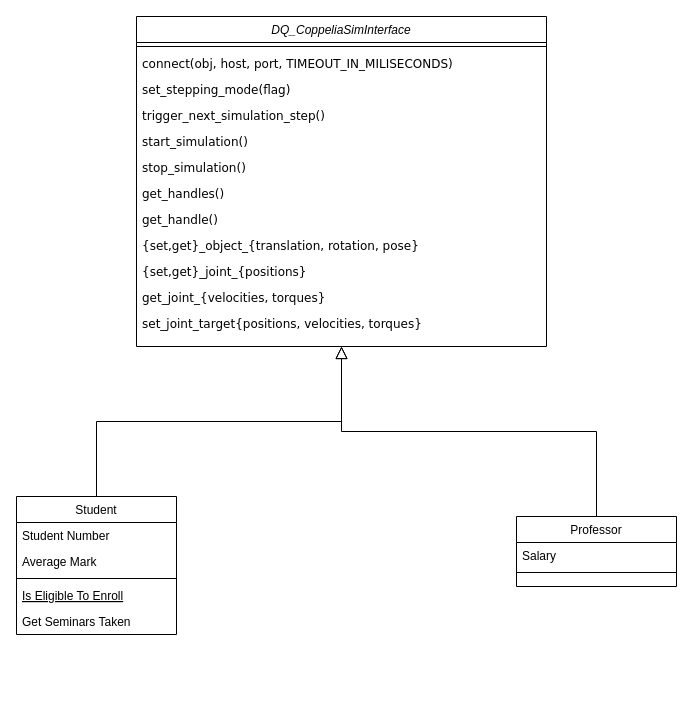
Above: DQ_CoppeliaSimInterface.drawio in juanjqo/draw_io_diagrams_test (draw.io), before the change. Source tidied: cells renumbered, new cells numbered last; positions are measured from the earlier drawing's top-left corner, leaving out a move shared by most shapes. Both pictures are drawn from the tidied source at 100%, with x=0, y=0 at pixel (16, 16).
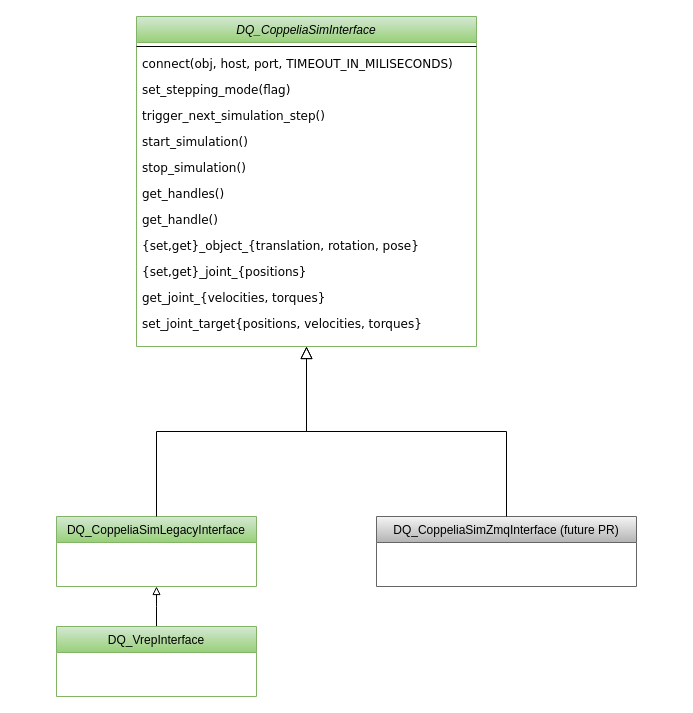
The same page after the edit.

Change to the diagram source:
```diff
@@
-    <mxCell id="2" value="DQ_CoppeliaSimInterface" style="swimlane;fontStyle=2;align=center;verticalAlign=top;horizontal=1;startSize=26;rounded=0;shadow=0;strokeWidth=1;" parent="1" vertex="1">
-      <mxGeometry x="120" width="410" height="330" as="geometry" />
+    <mxCell id="2" value="DQ_CoppeliaSimInterface" style="swimlane;fontStyle=2;align=center;verticalAlign=top;horizontal=1;startSize=26;rounded=0;shadow=0;strokeWidth=1;fillColor=#d5e8d4;gradientColor=#97d077;strokeColor=#82b366;" parent="1" vertex="1">
+      <mxGeometry x="120" width="340" height="330" as="geometry" />
     </mxCell>
     <mxCell id="3" style="line;html=1;strokeWidth=1;align=left;verticalAlign=middle;spacingTop=-1;spacingLeft=3;spacingRight=3;labelPosition=right;" parent="2" vertex="1">
-      <mxGeometry y="26" width="410" height="8" as="geometry" />
+      <mxGeometry y="26" width="340" height="8" as="geometry" />
     </mxCell>
     <mxCell id="4" value="connect(obj, host, port, TIMEOUT_IN_MILISECONDS)" style="text;align=left;verticalAlign=top;spacingLeft=4;spacingRight=4;overflow=hidden;fontFamily=Verdana;" parent="2" vertex="1">
-      <mxGeometry y="34" width="410" height="26" as="geometry" />
+      <mxGeometry y="34" width="340" height="26" as="geometry" />
     </mxCell>
     <mxCell id="5" value="set_stepping_mode(flag)" style="text;align=left;verticalAlign=top;spacingLeft=4;spacingRight=4;overflow=hidden;fontFamily=Verdana;" parent="2" vertex="1">
-      <mxGeometry y="60" width="410" height="26" as="geometry" />
+      <mxGeometry y="60" width="340" height="26" as="geometry" />
     </mxCell>
     <mxCell id="6" value="trigger_next_simulation_step()" style="text;align=left;verticalAlign=top;spacingLeft=4;spacingRight=4;overflow=hidden;fontFamily=Verdana;" parent="2" vertex="1">
-      <mxGeometry y="86" width="410" height="26" as="geometry" />
+      <mxGeometry y="86" width="340" height="26" as="geometry" />
     </mxCell>
     <mxCell id="7" value="start_simulation()" style="text;align=left;verticalAlign=top;spacingLeft=4;spacingRight=4;overflow=hidden;fontFamily=Verdana;" parent="2" vertex="1">
-      <mxGeometry y="112" width="410" height="26" as="geometry" />
+      <mxGeometry y="112" width="340" height="26" as="geometry" />
     </mxCell>
     <mxCell id="8" value="stop_simulation()" style="text;align=left;verticalAlign=top;spacingLeft=4;spacingRight=4;overflow=hidden;fontFamily=Verdana;" parent="2" vertex="1">
-      <mxGeometry y="138" width="410" height="26" as="geometry" />
+      <mxGeometry y="138" width="340" height="26" as="geometry" />
     </mxCell>
     <mxCell id="9" value="get_handles()" style="text;align=left;verticalAlign=top;spacingLeft=4;spacingRight=4;overflow=hidden;fontFamily=Verdana;" parent="2" vertex="1">
-      <mxGeometry y="164" width="410" height="26" as="geometry" />
+      <mxGeometry y="164" width="340" height="26" as="geometry" />
     </mxCell>
     <mxCell id="10" value="get_handle()" style="text;align=left;verticalAlign=top;spacingLeft=4;spacingRight=4;overflow=hidden;fontFamily=Verdana;" parent="2" vertex="1">
-      <mxGeometry y="190" width="410" height="26" as="geometry" />
+      <mxGeometry y="190" width="340" height="26" as="geometry" />
     </mxCell>
     <mxCell id="11" value="{set,get}_object_{translation, rotation, pose}" style="text;align=left;verticalAlign=top;spacingLeft=4;spacingRight=4;overflow=hidden;fontFamily=Verdana;" parent="2" vertex="1">
-      <mxGeometry y="216" width="410" height="26" as="geometry" />
+      <mxGeometry y="216" width="340" height="26" as="geometry" />
     </mxCell>
     <mxCell id="12" value="{set,get}_joint_{positions}" style="text;align=left;verticalAlign=top;spacingLeft=4;spacingRight=4;overflow=hidden;fontFamily=Verdana;" parent="2" vertex="1">
-      <mxGeometry y="242" width="410" height="26" as="geometry" />
+      <mxGeometry y="242" width="340" height="26" as="geometry" />
     </mxCell>
     <mxCell id="13" value="get_joint_{velocities, torques}" style="text;align=left;verticalAlign=top;spacingLeft=4;spacingRight=4;overflow=hidden;fontFamily=Verdana;" parent="2" vertex="1">
-      <mxGeometry y="268" width="410" height="26" as="geometry" />
+      <mxGeometry y="268" width="340" height="26" as="geometry" />
     </mxCell>
     <mxCell id="14" value="set_joint_target{positions, velocities, torques}" style="text;align=left;verticalAlign=top;spacingLeft=4;spacingRight=4;overflow=hidden;fontFamily=Verdana;" parent="2" vertex="1">
-      <mxGeometry y="294" width="410" height="26" as="geometry" />
+      <mxGeometry y="294" width="340" height="26" as="geometry" />
     </mxCell>
-    <mxCell id="15" value="Student" style="swimlane;fontStyle=0;align=center;verticalAlign=top;horizontal=1;startSize=26;rounded=0;shadow=0;strokeWidth=1;" parent="1" vertex="1">
-      <mxGeometry y="480" width="160" height="138" as="geometry" />
+    <mxCell id="15" value="DQ_CoppeliaSimLegacyInterface&#10;" style="swimlane;fontStyle=0;align=center;verticalAlign=top;horizontal=1;startSize=26;rounded=0;shadow=0;strokeWidth=1;fillColor=#d5e8d4;gradientColor=#97d077;strokeColor=#82b366;" parent="1" vertex="1">
+      <mxGeometry x="40" y="500" width="200" height="70" as="geometry" />
     </mxCell>
-    <mxCell id="16" value="Student Number" style="text;align=left;verticalAlign=top;spacingLeft=4;spacingRight=4;overflow=hidden;" parent="15" vertex="1">
-      <mxGeometry y="26" width="160" height="26" as="geometry" />
-    </mxCell>
-    <mxCell id="17" value="Average Mark" style="text;align=left;verticalAlign=top;spacingLeft=4;spacingRight=4;overflow=hidden;rounded=0;shadow=0;html=0;" parent="15" vertex="1">
-      <mxGeometry y="52" width="160" height="26" as="geometry" />
-    </mxCell>
-    <mxCell id="18" style="line;html=1;strokeWidth=1;align=left;verticalAlign=middle;spacingTop=-1;spacingLeft=3;spacingRight=3;labelPosition=right;" parent="15" vertex="1">
-      <mxGeometry y="78" width="160" height="8" as="geometry" />
-    </mxCell>
-    <mxCell id="19" value="Is Eligible To Enroll" style="text;align=left;verticalAlign=top;spacingLeft=4;spacingRight=4;overflow=hidden;fontStyle=4;" parent="15" vertex="1">
-      <mxGeometry y="86" width="160" height="26" as="geometry" />
-    </mxCell>
-    <mxCell id="20" value="Get Seminars Taken" style="text;align=left;verticalAlign=top;spacingLeft=4;spacingRight=4;overflow=hidden;" parent="15" vertex="1">
-      <mxGeometry y="112" width="160" height="26" as="geometry" />
-    </mxCell>
@@
-    <mxCell id="22" value="Professor" style="swimlane;fontStyle=0;align=center;verticalAlign=top;horizontal=1;startSize=26;rounded=0;shadow=0;strokeWidth=1;" parent="1" vertex="1">
-      <mxGeometry x="500" y="500" width="160" height="70" as="geometry" />
+    <mxCell id="22" value="DQ_CoppeliaSimZmqInterface (future PR)" style="swimlane;fontStyle=0;align=center;verticalAlign=top;horizontal=1;startSize=26;rounded=0;shadow=0;strokeWidth=1;fillColor=#f5f5f5;strokeColor=#666666;gradientColor=#b3b3b3;" parent="1" vertex="1">
+      <mxGeometry x="360" y="500" width="260" height="70" as="geometry" />
     </mxCell>
-    <mxCell id="23" value="Salary" style="text;align=left;verticalAlign=top;spacingLeft=4;spacingRight=4;overflow=hidden;" parent="22" vertex="1">
-      <mxGeometry y="26" width="160" height="26" as="geometry" />
-    </mxCell>
-    <mxCell id="24" style="line;html=1;strokeWidth=1;align=left;verticalAlign=middle;spacingTop=-1;spacingLeft=3;spacingRight=3;labelPosition=right;" parent="22" vertex="1">
-      <mxGeometry y="52" width="160" height="8" as="geometry" />
-    </mxCell>
@@
+    <mxCell id="26" style="edgeStyle=orthogonalEdgeStyle;rounded=0;jettySize=auto;html=1;endArrow=block;endFill=0;" parent="1" edge="1" source="27">
+      <mxGeometry relative="1" as="geometry">
+        <mxPoint x="140" y="570" as="targetPoint" />
+      </mxGeometry>
+    </mxCell>
+    <mxCell id="27" value="DQ_VrepInterface&#10;" style="swimlane;fontStyle=0;align=center;verticalAlign=top;horizontal=1;startSize=26;rounded=0;shadow=0;strokeWidth=1;fillColor=#d5e8d4;gradientColor=#97d077;strokeColor=#82b366;" parent="1" vertex="1">
+      <mxGeometry x="40" y="610" width="200" height="70" as="geometry" />
+    </mxCell>
```
